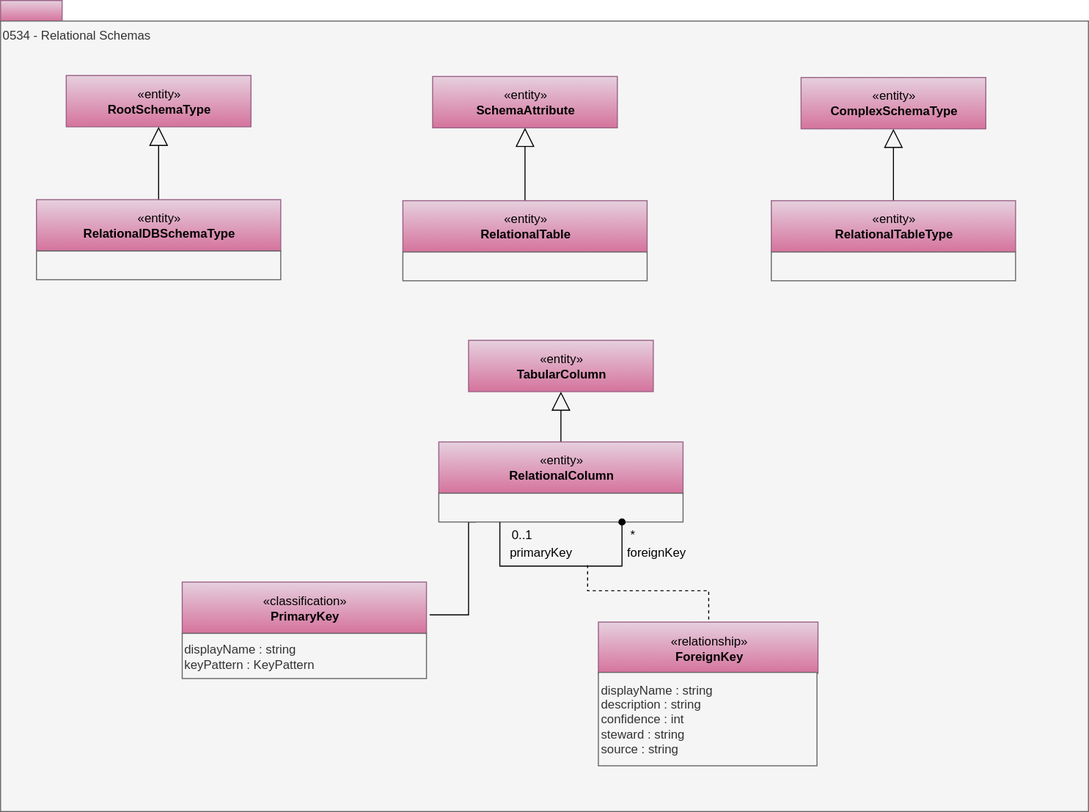
Above: site/docs/types/5/0534-Relational-Schemas.svg in odpi/egeria-docs (draw.io), before the change. Source tidied: cells renumbered, new cells last; positions are measured from the earlier drawing's top-left corner, leaving out a move shared by most shapes.
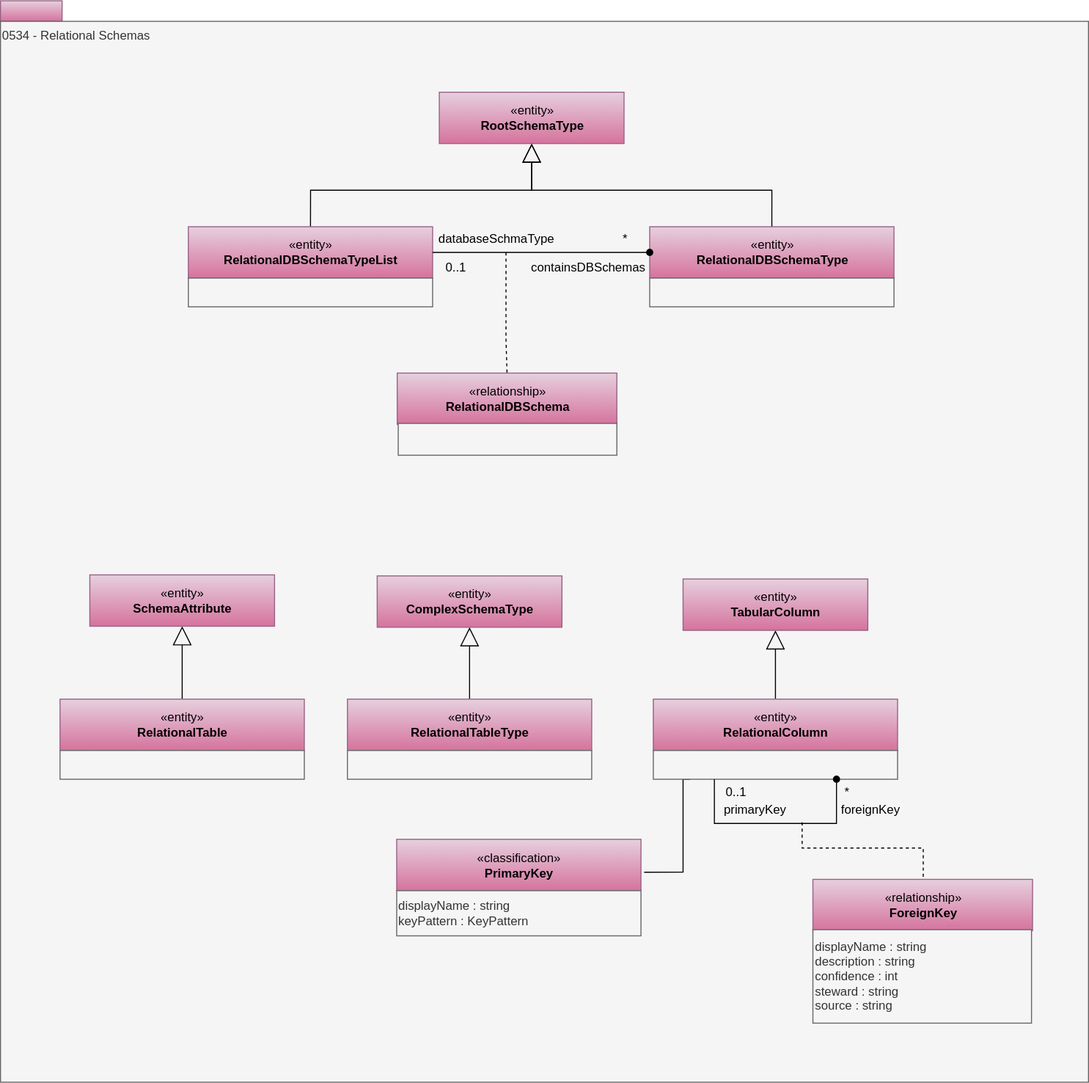
After the change.

Change to the diagram source:
```diff
@@ -6,26 +6,26 @@
       <mxGeometry width="60" height="20" as="geometry" />
     </mxCell>
     <mxCell id="3" value="0534 - Relational Schemas" style="rounded=0;whiteSpace=wrap;html=1;align=left;verticalAlign=top;fillColor=#f5f5f5;fontColor=#333333;strokeColor=#666666;" parent="1" vertex="1">
-      <mxGeometry y="20" width="1060" height="770" as="geometry" />
+      <mxGeometry y="20" width="1060" height="1033" as="geometry" />
     </mxCell>
     <mxCell id="4" style="edgeStyle=orthogonalEdgeStyle;rounded=0;jettySize=auto;html=1;exitX=0.5;exitY=0;exitDx=0;exitDy=0;entryX=0.5;entryY=1;entryDx=0;entryDy=0;startSize=6;endArrow=block;endFill=0;endSize=16;" parent="1" edge="1" source="20" target="5">
       <mxGeometry relative="1" as="geometry" />
     </mxCell>
     <mxCell id="5" value="«entity»&lt;br&gt;&lt;b&gt;RootSchemaType&lt;/b&gt;" style="html=1;strokeColor=#996185;align=center;fillColor=#e6d0de;gradientColor=#d5739d;" parent="1" vertex="1">
-      <mxGeometry x="64" y="73" width="180" height="50" as="geometry" />
+      <mxGeometry x="427.5" y="89" width="180" height="50" as="geometry" />
     </mxCell>
     <mxCell id="6" style="edgeStyle=orthogonalEdgeStyle;rounded=0;jettySize=auto;html=1;exitX=0.5;exitY=0;exitDx=0;exitDy=0;entryX=0.5;entryY=1;entryDx=0;entryDy=0;startSize=6;endArrow=block;endFill=0;endSize=16;" parent="1" edge="1" source="23" target="7">
       <mxGeometry relative="1" as="geometry" />
     </mxCell>
     <mxCell id="7" value="«entity»&lt;br&gt;&lt;b&gt;SchemaAttribute&lt;/b&gt;" style="html=1;strokeColor=#996185;align=center;fillColor=#e6d0de;gradientColor=#d5739d;" parent="1" vertex="1">
-      <mxGeometry x="421" y="74" width="180" height="50" as="geometry" />
+      <mxGeometry x="87" y="559" width="180" height="50" as="geometry" />
     </mxCell>
     <mxCell id="8" style="edgeStyle=orthogonalEdgeStyle;rounded=0;html=1;endArrow=none;endFill=0;jettySize=auto;entryX=1.013;entryY=0.64;entryDx=0;entryDy=0;entryPerimeter=0;" parent="1" edge="1" target="26">
       <mxGeometry relative="1" as="geometry">
-        <mxPoint x="463" y="508" as="sourcePoint" />
+        <mxPoint x="672" y="758" as="sourcePoint" />
         <Array as="points">
-          <mxPoint x="456" y="508" />
-          <mxPoint x="456" y="599" />
+          <mxPoint x="665" y="758" />
+          <mxPoint x="665" y="849" />
         </Array>
       </mxGeometry>
     </mxCell>
@@ -33,46 +33,46 @@
       <mxGeometry relative="1" as="geometry" />
     </mxCell>
     <mxCell id="10" value="«entity»&lt;br&gt;&lt;b&gt;RelationalColumn&lt;/b&gt;" style="html=1;strokeColor=#996185;align=center;fillColor=#e6d0de;gradientColor=#d5739d;" parent="1" vertex="1">
-      <mxGeometry x="427" y="430" width="238" height="50" as="geometry" />
+      <mxGeometry x="636" y="680" width="238" height="50" as="geometry" />
     </mxCell>
     <mxCell id="11" style="rounded=0;whiteSpace=wrap;html=1;strokeColor=#666666;align=left;fillColor=#f5f5f5;fontColor=#333333;" parent="1" vertex="1">
-      <mxGeometry x="427" y="480" width="238" height="28" as="geometry" />
+      <mxGeometry x="636" y="730" width="238" height="28" as="geometry" />
     </mxCell>
     <mxCell id="12" value="«entity»&lt;br&gt;&lt;b&gt;TabularColumn&lt;/b&gt;" style="html=1;strokeColor=#996185;align=center;fillColor=#e6d0de;gradientColor=#d5739d;" parent="1" vertex="1">
-      <mxGeometry x="456" y="331" width="180" height="50" as="geometry" />
+      <mxGeometry x="665" y="563" width="180" height="50" as="geometry" />
     </mxCell>
     <mxCell id="13" style="edgeStyle=orthogonalEdgeStyle;rounded=0;orthogonalLoop=1;jettySize=auto;html=1;exitX=0.75;exitY=1;exitDx=0;exitDy=0;entryX=0.25;entryY=1;entryDx=0;entryDy=0;endArrow=none;endFill=0;startArrow=oval;startFill=1;" parent="1" edge="1" source="11" target="11">
       <mxGeometry relative="1" as="geometry">
         <Array as="points">
-          <mxPoint x="606" y="551" />
-          <mxPoint x="487" y="551" />
+          <mxPoint x="815" y="801" />
+          <mxPoint x="696" y="801" />
         </Array>
       </mxGeometry>
     </mxCell>
     <mxCell id="14" value="*" style="text;html=1;strokeColor=none;fillColor=none;align=center;verticalAlign=middle;whiteSpace=wrap;rounded=0;" parent="1" vertex="1">
-      <mxGeometry x="596" y="511" width="40" height="20" as="geometry" />
+      <mxGeometry x="805" y="761" width="40" height="20" as="geometry" />
     </mxCell>
     <mxCell id="15" value="foreignKey" style="text;html=1;strokeColor=none;fillColor=none;align=center;verticalAlign=middle;whiteSpace=wrap;rounded=0;" parent="1" vertex="1">
-      <mxGeometry x="606" y="528" width="66" height="20" as="geometry" />
+      <mxGeometry x="815" y="778" width="66" height="20" as="geometry" />
     </mxCell>
     <mxCell id="16" value="0..1" style="text;html=1;strokeColor=none;fillColor=none;align=center;verticalAlign=middle;whiteSpace=wrap;rounded=0;" parent="1" vertex="1">
-      <mxGeometry x="488" y="511" width="40" height="20" as="geometry" />
+      <mxGeometry x="697" y="761" width="40" height="20" as="geometry" />
     </mxCell>
     <mxCell id="17" value="primaryKey" style="text;html=1;strokeColor=none;fillColor=none;align=center;verticalAlign=middle;whiteSpace=wrap;rounded=0;" parent="1" vertex="1">
-      <mxGeometry x="493" y="528" width="67" height="20" as="geometry" />
+      <mxGeometry x="702" y="778" width="67" height="20" as="geometry" />
     </mxCell>
     <mxCell id="18" style="endArrow=none;dashed=1;html=1;entryX=0.5;entryY=0;entryDx=0;entryDy=0;edgeStyle=orthogonalEdgeStyle;rounded=0;" parent="1" edge="1">
       <mxGeometry relative="1" as="geometry">
-        <mxPoint x="572" y="550" as="sourcePoint" />
-        <mxPoint x="690" y="606" as="targetPoint" />
+        <mxPoint x="781" y="800" as="sourcePoint" />
+        <mxPoint x="899" y="856" as="targetPoint" />
         <Array as="points">
-          <mxPoint x="572" y="575" />
-          <mxPoint x="690" y="575" />
+          <mxPoint x="781" y="825" />
+          <mxPoint x="899" y="825" />
         </Array>
       </mxGeometry>
     </mxCell>
     <mxCell id="19" style="group;" parent="1" vertex="1">
-      <mxGeometry x="35" y="194" width="238" height="78" as="geometry" />
+      <mxGeometry x="632.5" y="220" width="238" height="78" as="geometry" />
     </mxCell>
     <mxCell id="20" value="«entity»&lt;br&gt;&lt;b&gt;RelationalDBSchemaType&lt;/b&gt;" style="html=1;strokeColor=#996185;align=center;fillColor=#e6d0de;gradientColor=#d5739d;" parent="19" vertex="1">
       <mxGeometry width="238" height="50" as="geometry" />
@@ -81,7 +81,7 @@
       <mxGeometry y="50" width="238" height="28" as="geometry" />
     </mxCell>
     <mxCell id="22" style="group;" parent="1" vertex="1">
-      <mxGeometry x="392" y="195" width="238" height="78" as="geometry" />
+      <mxGeometry x="58" y="680" width="238" height="78" as="geometry" />
     </mxCell>
     <mxCell id="23" value="«entity»&lt;br&gt;&lt;b&gt;RelationalTable&lt;/b&gt;&lt;br&gt;" style="html=1;strokeColor=#996185;align=center;fillColor=#e6d0de;gradientColor=#d5739d;" parent="22" vertex="1">
       <mxGeometry width="238" height="50" as="geometry" />
@@ -90,7 +90,7 @@
       <mxGeometry y="50" width="238" height="28" as="geometry" />
     </mxCell>
     <mxCell id="25" style="group;" parent="1" vertex="1">
-      <mxGeometry x="177" y="566.5" width="238" height="94" as="geometry" />
+      <mxGeometry x="386" y="816.5" width="238" height="94" as="geometry" />
     </mxCell>
     <mxCell id="26" value="«classification»&lt;br&gt;&lt;b&gt;PrimaryKey&lt;/b&gt;" style="html=1;strokeColor=#996185;align=center;fillColor=#e6d0de;gradientColor=#d5739d;" parent="25" vertex="1">
       <mxGeometry width="238" height="50" as="geometry" />
@@ -99,7 +99,7 @@
       <mxGeometry y="50" width="238" height="44" as="geometry" />
     </mxCell>
     <mxCell id="28" style="group;" parent="1" vertex="1">
-      <mxGeometry x="582.5" y="605.5" width="214" height="140" as="geometry" />
+      <mxGeometry x="791.5" y="855.5" width="214" height="140" as="geometry" />
     </mxCell>
     <mxCell id="29" value="«relationship»&lt;br&gt;&lt;b&gt;ForeignKey&lt;/b&gt;" style="html=1;strokeColor=#996185;align=center;fillColor=#e6d0de;gradientColor=#d5739d;" parent="28" vertex="1">
       <mxGeometry width="214" height="50" as="geometry" />
@@ -111,10 +111,10 @@
       <mxGeometry relative="1" as="geometry" />
     </mxCell>
     <mxCell id="32" value="«entity»&lt;br&gt;&lt;b&gt;ComplexSchemaType&lt;/b&gt;" style="html=1;strokeColor=#996185;align=center;fillColor=#e6d0de;gradientColor=#d5739d;" parent="1" vertex="1">
-      <mxGeometry x="780" y="75" width="180" height="50" as="geometry" />
+      <mxGeometry x="367" y="560" width="180" height="50" as="geometry" />
     </mxCell>
     <mxCell id="33" style="group;" parent="1" vertex="1">
-      <mxGeometry x="751" y="195" width="238" height="78" as="geometry" />
+      <mxGeometry x="338" y="680" width="238" height="78" as="geometry" />
     </mxCell>
     <mxCell id="34" value="«entity»&lt;br&gt;&lt;b&gt;RelationalTableType&lt;/b&gt;" style="html=1;strokeColor=#996185;align=center;fillColor=#e6d0de;gradientColor=#d5739d;" parent="33" vertex="1">
       <mxGeometry width="238" height="50" as="geometry" />
@@ -122,5 +122,49 @@
     <mxCell id="35" style="rounded=0;whiteSpace=wrap;html=1;strokeColor=#666666;align=left;fillColor=#f5f5f5;fontColor=#333333;" parent="33" vertex="1">
       <mxGeometry y="50" width="238" height="28" as="geometry" />
     </mxCell>
+    <mxCell id="36" style="edgeStyle=orthogonalEdgeStyle;rounded=0;jumpSize=16;jettySize=auto;html=1;endArrow=block;endFill=0;endSize=16;entryX=0.5;entryY=1;entryDx=0;entryDy=0;exitX=0.5;exitY=0;exitDx=0;exitDy=0;" parent="1" edge="1" source="37" target="5">
+      <mxGeometry relative="1" as="geometry" />
+    </mxCell>
+    <mxCell id="37" value="«entity»&lt;br&gt;&lt;b&gt;RelationalDBSchemaTypeList&lt;/b&gt;" style="html=1;strokeColor=#996185;align=center;fillColor=#e6d0de;gradientColor=#d5739d;" parent="1" vertex="1">
+      <mxGeometry x="183" y="220" width="238" height="50" as="geometry" />
+    </mxCell>
+    <mxCell id="38" style="rounded=0;whiteSpace=wrap;html=1;strokeColor=#666666;align=left;fillColor=#f5f5f5;fontColor=#333333;" parent="1" vertex="1">
+      <mxGeometry x="183" y="270" width="238" height="28" as="geometry" />
+    </mxCell>
+    <mxCell id="39" value="*" style="text;html=1;strokeColor=none;fillColor=none;align=center;verticalAlign=middle;whiteSpace=wrap;rounded=0;" parent="1" vertex="1">
+      <mxGeometry x="588.5" y="222" width="40" height="20" as="geometry" />
+    </mxCell>
+    <mxCell id="40" value="containsDBSchemas" style="text;html=1;strokeColor=none;fillColor=none;align=center;verticalAlign=middle;whiteSpace=wrap;rounded=0;" parent="1" vertex="1">
+      <mxGeometry x="520.5" y="250" width="104" height="20" as="geometry" />
+    </mxCell>
+    <mxCell id="41" value="0..1" style="text;html=1;strokeColor=none;fillColor=none;align=center;verticalAlign=middle;whiteSpace=wrap;rounded=0;" parent="1" vertex="1">
+      <mxGeometry x="423.5" y="250" width="40" height="20" as="geometry" />
+    </mxCell>
+    <mxCell id="42" value="databaseSchmaType" style="text;html=1;strokeColor=none;fillColor=none;align=center;verticalAlign=middle;whiteSpace=wrap;rounded=0;" parent="1" vertex="1">
+      <mxGeometry x="449.5" y="222" width="67" height="20" as="geometry" />
+    </mxCell>
+    <mxCell id="43" value="«relationship»&lt;br&gt;&lt;b&gt;RelationalDBSchema&lt;/b&gt;" style="html=1;strokeColor=#996185;align=center;fillColor=#e6d0de;gradientColor=#d5739d;" parent="1" vertex="1">
+      <mxGeometry x="386.5" y="362.5" width="214" height="50" as="geometry" />
+    </mxCell>
+    <mxCell id="44" style="endArrow=none;dashed=1;html=1;entryX=0.5;entryY=0;entryDx=0;entryDy=0;edgeStyle=orthogonalEdgeStyle;rounded=0;" parent="1" edge="1" target="43">
+      <mxGeometry relative="1" as="geometry">
+        <mxPoint x="492.5" y="245" as="sourcePoint" />
+        <Array as="points">
+          <mxPoint x="492.5" y="329" />
+          <mxPoint x="493.5" y="362" />
+        </Array>
+      </mxGeometry>
+    </mxCell>
+    <mxCell id="45" value="&lt;div style=&quot;text-align: left&quot;&gt;&lt;br&gt;&lt;/div&gt;" style="rounded=0;whiteSpace=wrap;html=1;strokeColor=#666666;align=left;fillColor=#f5f5f5;fontColor=#333333;" parent="1" vertex="1">
+      <mxGeometry x="387.5" y="411.5" width="213" height="31" as="geometry" />
+    </mxCell>
+    <mxCell id="46" style="edgeStyle=orthogonalEdgeStyle;rounded=0;jettySize=auto;html=1;exitX=1;exitY=0.5;exitDx=0;exitDy=0;entryX=0;entryY=0.5;entryDx=0;entryDy=0;endArrow=oval;endFill=1;" parent="1" edge="1" source="37" target="20">
+      <mxGeometry relative="1" as="geometry">
+        <Array as="points">
+          <mxPoint x="531.5" y="245" />
+          <mxPoint x="531.5" y="245" />
+        </Array>
+      </mxGeometry>
+    </mxCell>
   </root>
 </mxGraphModel>
```
